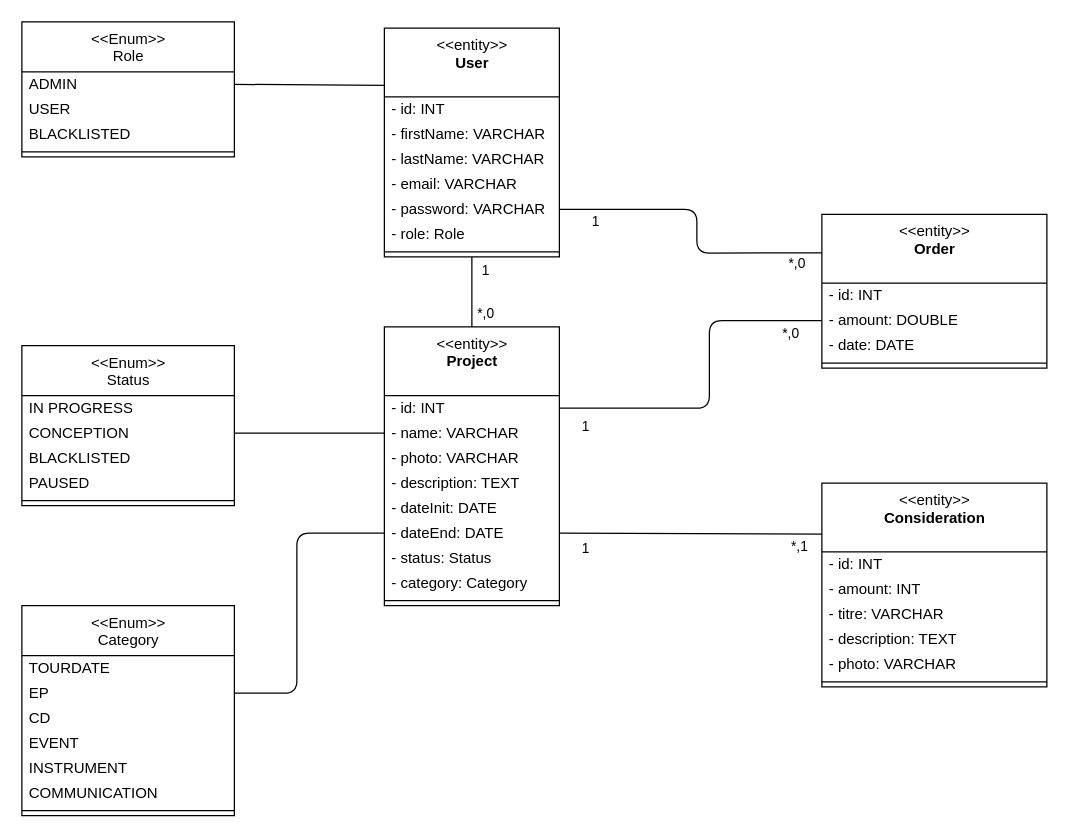
The draw.io diagram conception/modele-de-donnees.drawio in Roland-Foucher/kiss-luler-back, before the edit. Source tidied: cells renumbered, new cells numbered last; positions are measured from the earlier drawing's top-left corner, leaving out a move shared by most shapes. Both pictures are drawn from the tidied source at 125%, with x=0, y=0 at pixel (21, 21).
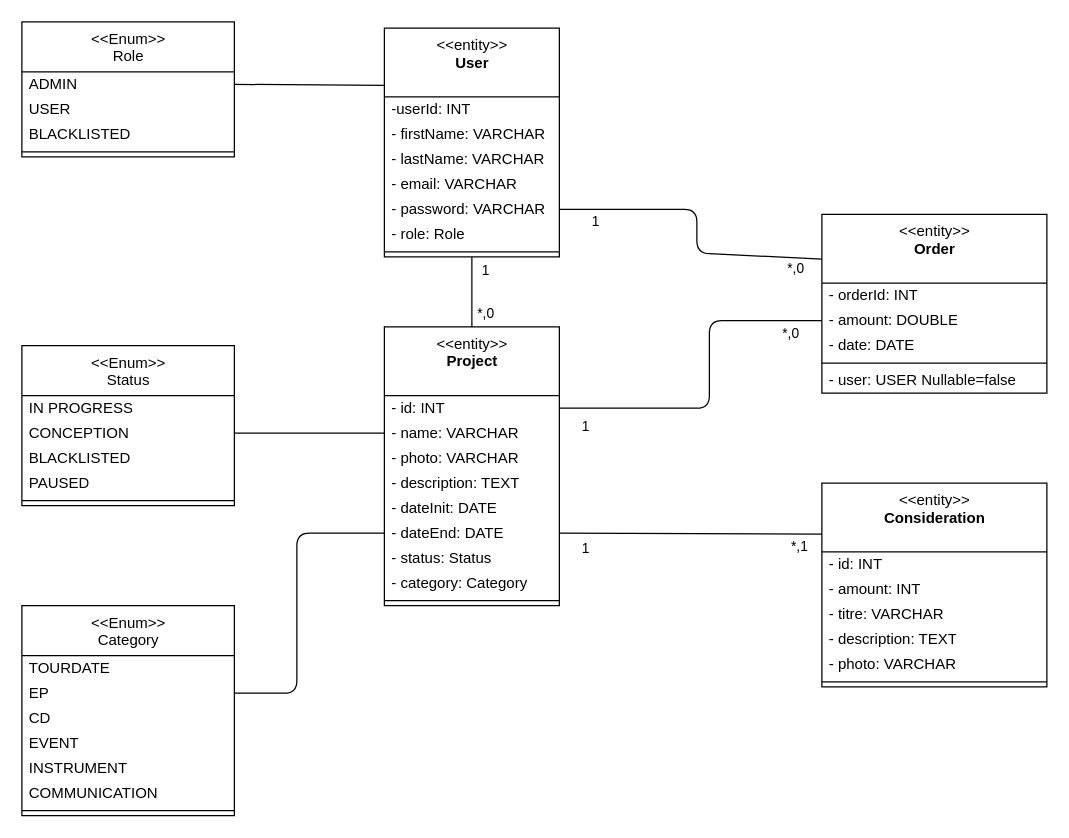
The same diagram, later.

Commit message (it also covers changes not shown here):
14-creer-class-order and upadate modele donnee

Unchanged cells that the change refers to:
```xml
<mxCell id="5" value="&amp;lt;&amp;lt;entity&amp;gt;&amp;gt;&lt;br&gt;&lt;b&gt;User&lt;/b&gt;" style="swimlane;fontStyle=0;align=center;verticalAlign=top;horizontal=1;startSize=55;html=1;" parent="1" vertex="1">
  <mxGeometry x="290" y="5" width="140" height="183" as="geometry" />
</mxCell>
```

Diff of the diagram source:
```diff
@@
-    <mxCell id="6" value="- id: INT" style="text;html=1;strokeColor=none;fillColor=none;align=left;verticalAlign=middle;spacingLeft=4;spacingRight=4;overflow=hidden;" parent="5" vertex="1">
+    <mxCell id="6" value="-userId: INT" style="text;html=1;strokeColor=none;fillColor=none;align=left;verticalAlign=middle;spacingLeft=4;spacingRight=4;overflow=hidden;" parent="5" vertex="1">
       <mxGeometry y="55" width="140" height="20" as="geometry" />
     </mxCell>
@@
     <mxCell id="50" value="&amp;lt;&amp;lt;entity&amp;gt;&amp;gt;&lt;br&gt;&lt;b&gt;Order&lt;/b&gt;" style="swimlane;fontStyle=0;align=center;verticalAlign=top;horizontal=1;startSize=55;html=1;" parent="1" vertex="1">
-      <mxGeometry x="640" y="154" width="180" height="123" as="geometry" />
+      <mxGeometry x="640" y="154" width="180" height="143" as="geometry" />
     </mxCell>
-    <mxCell id="51" value="- id: INT" style="text;html=1;strokeColor=none;fillColor=none;align=left;verticalAlign=middle;spacingLeft=4;spacingRight=4;overflow=hidden;" parent="50" vertex="1">
+    <mxCell id="51" value="- orderId: INT" style="text;html=1;strokeColor=none;fillColor=none;align=left;verticalAlign=middle;spacingLeft=4;spacingRight=4;overflow=hidden;" parent="50" vertex="1">
       <mxGeometry y="55" width="180" height="20" as="geometry" />
     </mxCell>
@@
+    <mxCell id="66" value="- user: USER Nullable=false" style="text;html=1;strokeColor=none;fillColor=none;align=left;verticalAlign=middle;spacingLeft=4;spacingRight=4;overflow=hidden;" parent="50" vertex="1">
+      <mxGeometry y="123" width="180" height="20" as="geometry" />
+    </mxCell>
```
